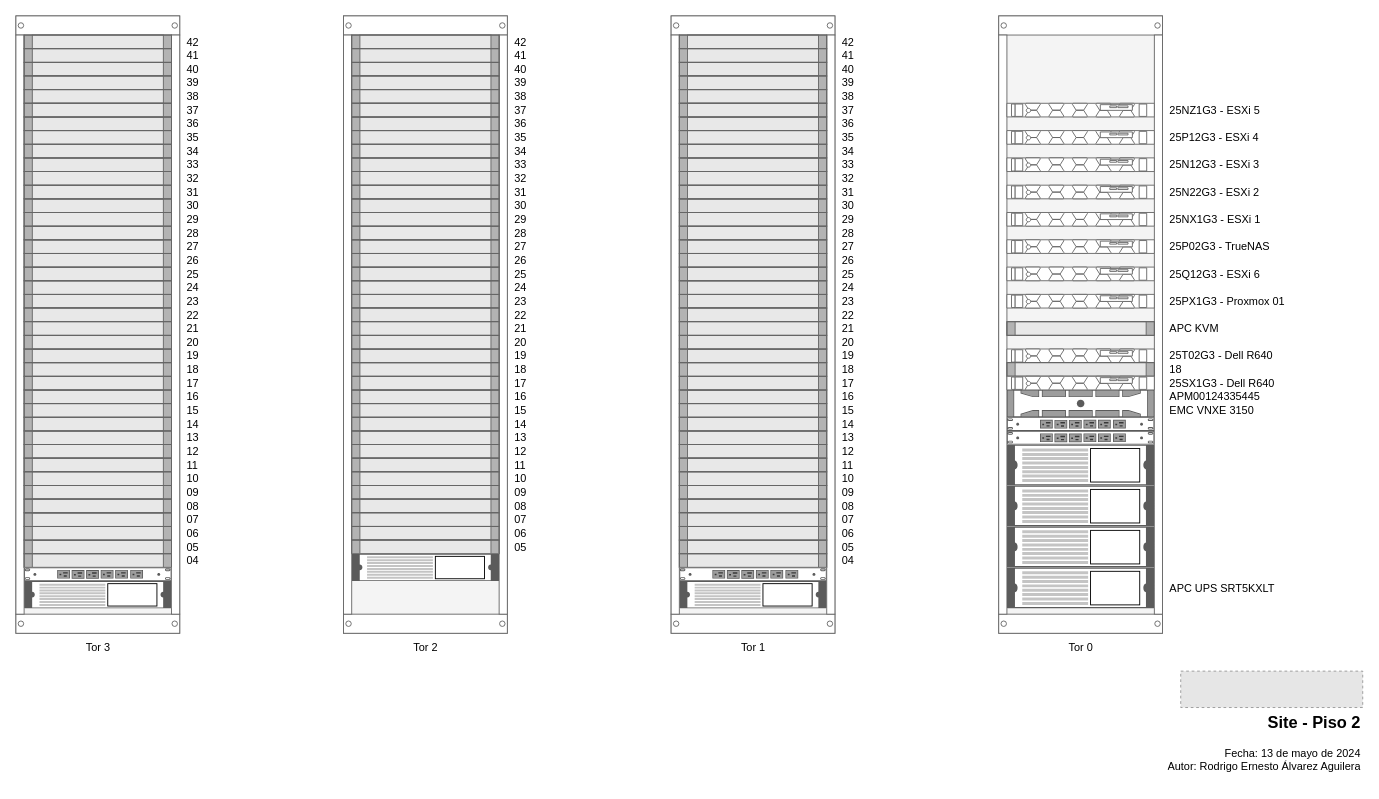
This is page "Servidores" (1 of 3) of siteCultura.drawio from incognia/Cultura, a draw.io file, before an edit. Source tidied: cells renumbered, new cells numbered last; positions are measured from the earlier drawing's top-left corner, leaving out a move shared by most shapes. Both pictures are drawn from the tidied source at 91%, with x=0, y=0 at pixel (15, 15). Pictures stored in the file or linked from it are replaced by grey dashed boxes.
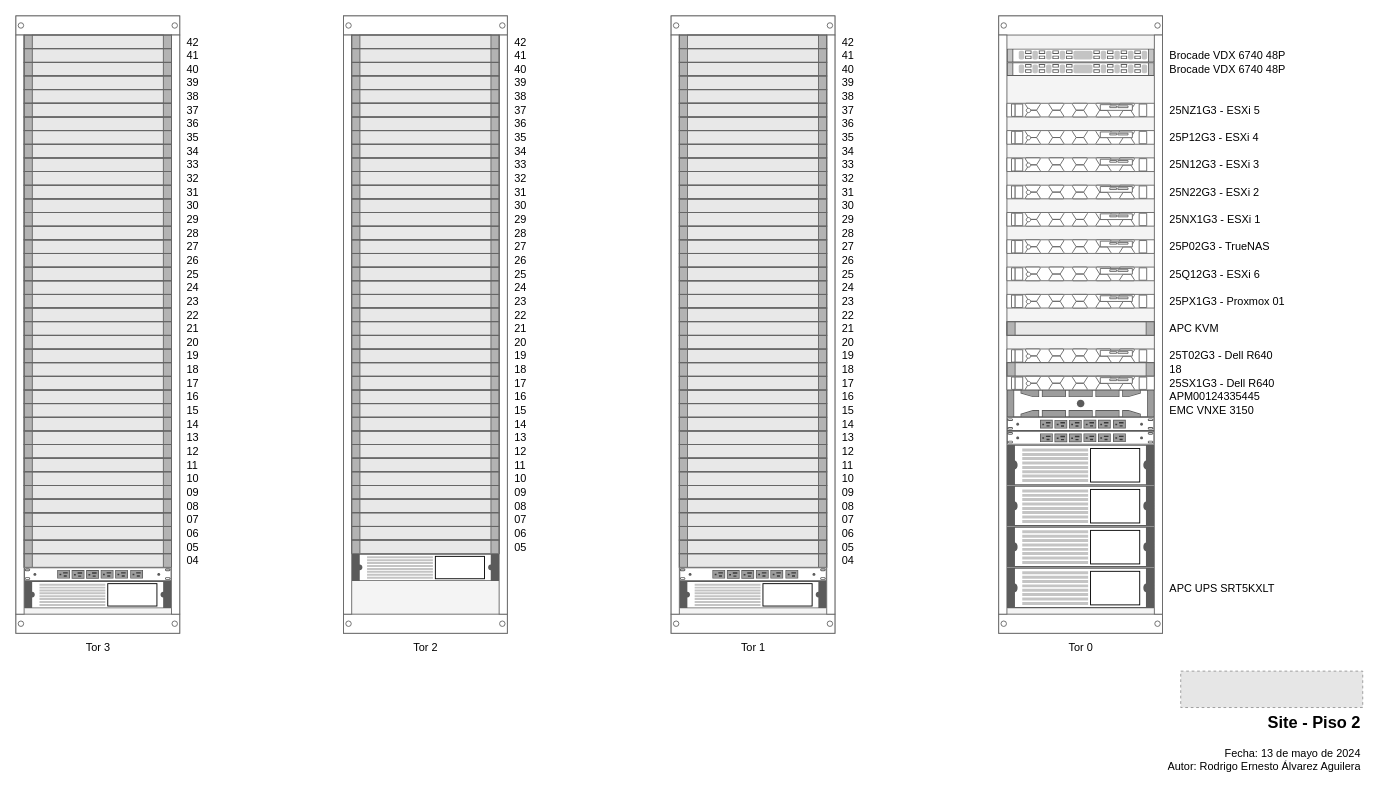
Above is the later version.

The change refers to these unchanged cells:
```xml
<mxCell id="126" value="Tor 0" style="strokeColor=#666666;html=1;verticalLabelPosition=bottom;labelBackgroundColor=#ffffff;verticalAlign=top;shadow=0;dashed=0;shape=mxgraph.rackGeneral.rackCabinet3;fillColor2=#f4f4f4;allowGaps=1;textColor=#666666;numDisp=off;" parent="1" vertex="1">
  <mxGeometry x="1080" width="180" height="680" as="geometry" />
</mxCell>
```

The edit, as a diff of the source:
```diff
@@
+    <mxCell id="148" value="Brocade VDX 6740 48P" style="shape=mxgraph.rack.cisco.cisco_nexus_3016_switch;html=1;labelPosition=right;align=left;spacingLeft=15;dashed=0;shadow=0;fillColor=#ffffff;" parent="126" vertex="1">
+      <mxGeometry x="9" y="36" width="162" height="15" as="geometry" />
+    </mxCell>
+    <mxCell id="149" value="Brocade VDX 6740 48P" style="shape=mxgraph.rack.cisco.cisco_nexus_3016_switch;html=1;labelPosition=right;align=left;spacingLeft=15;dashed=0;shadow=0;fillColor=#ffffff;" parent="126" vertex="1">
+      <mxGeometry x="9" y="51" width="162" height="15" as="geometry" />
+    </mxCell>
```
